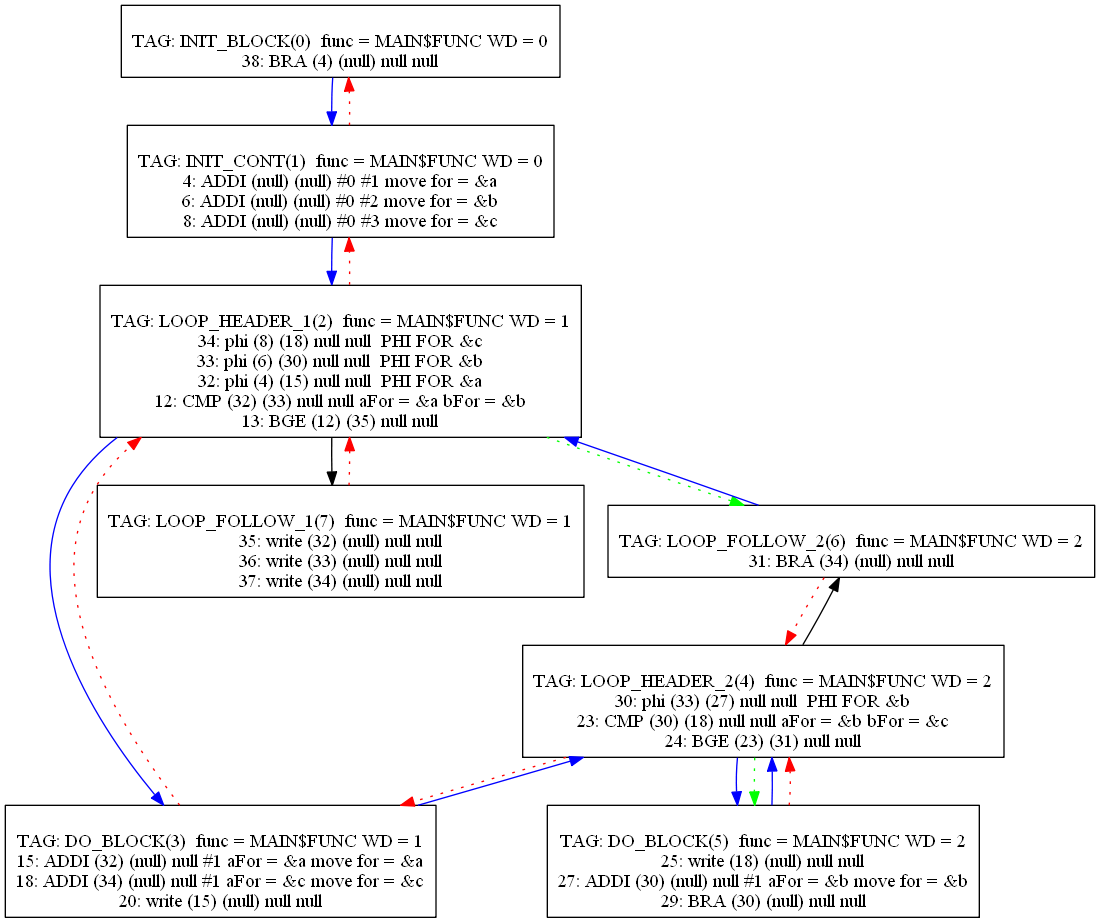
Before: Compiler/10graph.png, a diagram exported from Graphviz (mbajaj92/Project-Astoria). Its source is kept beside it as Compiler/10graph.dot.
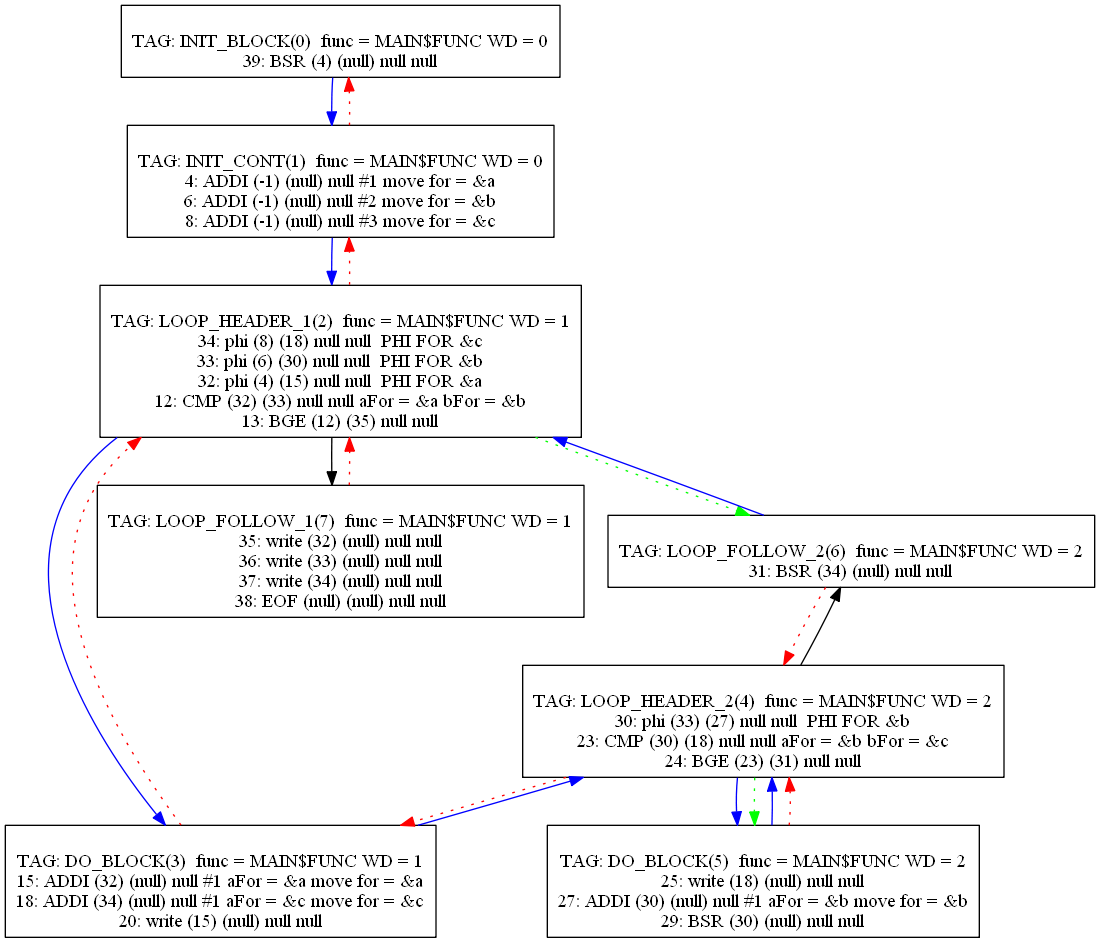
The same diagram one commit later.

The edit, as a diff of the source:
```diff
@@ -1,15 +1,15 @@
 digraph {
 0[label="
 TAG: INIT_BLOCK(0)  func = MAIN$FUNC WD = 0
-38: BRA (4) (null) null null
+39: BSR (4) (null) null null
 "];
 0[shape=box];
 0 -> 1[color=blue]
 1[label="
 TAG: INIT_CONT(1)  func = MAIN$FUNC WD = 0
-4: ADDI (null) (null) #0 #1 move for = &a
-6: ADDI (null) (null) #0 #2 move for = &b
-8: ADDI (null) (null) #0 #3 move for = &c
+4: ADDI (-1) (null) null #1 move for = &a
+6: ADDI (-1) (null) null #2 move for = &b
+8: ADDI (-1) (null) null #3 move for = &c
 "];
 1[shape=box];
 1 -> 2[color=blue]
@@ -51,14 +51,14 @@
 TAG: DO_BLOCK(5)  func = MAIN$FUNC WD = 2
 25: write (18) (null) null null
 27: ADDI (30) (null) null #1 aFor = &b move for = &b
-29: BRA (30) (null) null null
+29: BSR (30) (null) null null
 "];
 5[shape=box];
 5 -> 4[color=blue]
 5 -> 4[color=red][style=dotted]
 6[label="
 TAG: LOOP_FOLLOW_2(6)  func = MAIN$FUNC WD = 2
-31: BRA (34) (null) null null
+31: BSR (34) (null) null null
 "];
 6[shape=box];
 6 -> 2[color=blue]
@@ -68,6 +68,7 @@
 35: write (32) (null) null null
 36: write (33) (null) null null
 37: write (34) (null) null null
+38: EOF (null) (null) null null
 "];
 7[shape=box];
 7 -> 2[color=red][style=dotted]
```
